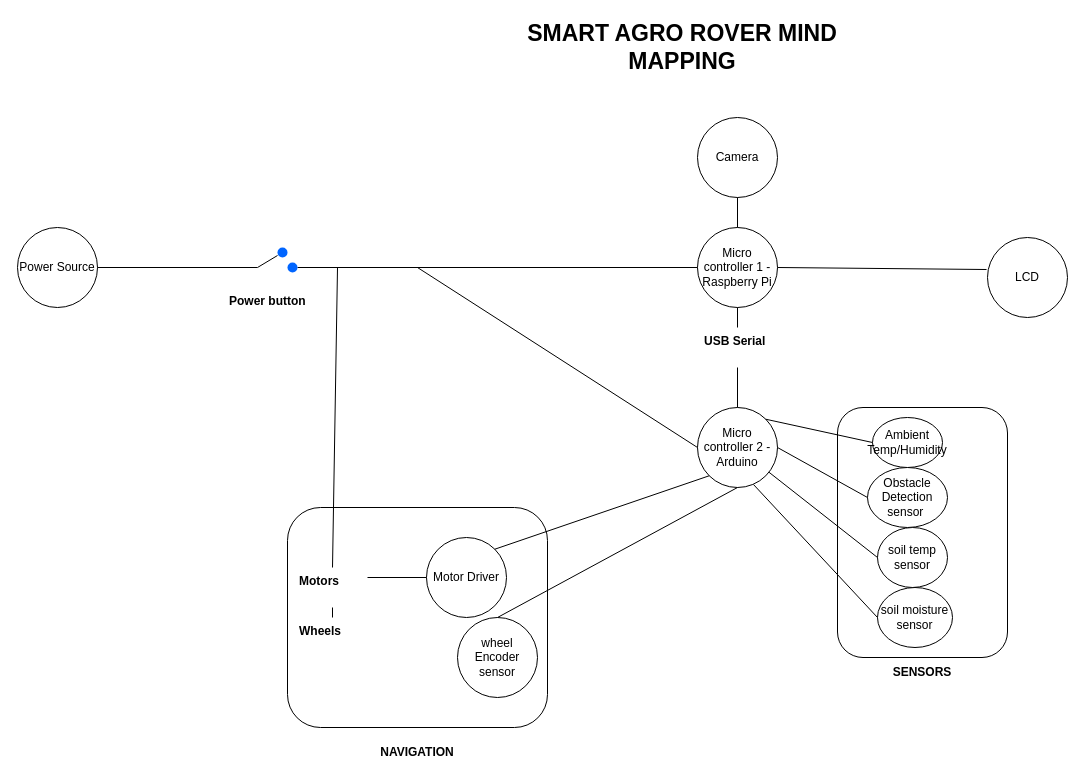
Trixx4191/Agro-Rover keeps this draw.io diagram as ROVER Mind Mapping .drawio. Above is the earlier version. Source tidied: cells renumbered, new cells numbered last; positions are measured from the earlier drawing's top-left corner, leaving out a move shared by most shapes. Both pictures are drawn from the tidied source at 100%, with x=0, y=0 at pixel (17, 17).
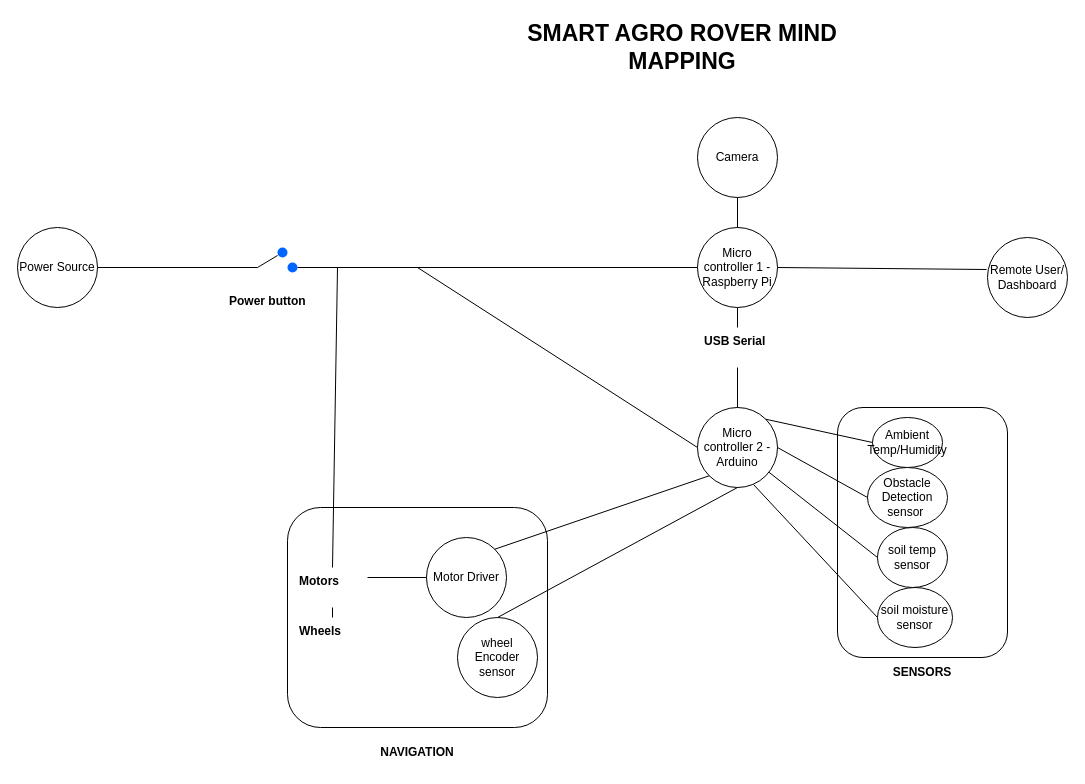
Above is the later version.

What changed in the source:
```diff
@@
-    <mxCell id="11" value="LCD" style="ellipse;whiteSpace=wrap;html=1;" parent="1" vertex="1">
+    <mxCell id="11" value="&lt;div&gt;Remote User/&lt;/div&gt;&lt;div&gt;Dashboard&lt;/div&gt;" style="ellipse;whiteSpace=wrap;html=1;" parent="1" vertex="1">
       <mxGeometry x="970" y="220" width="80" height="80" as="geometry" />
     </mxCell>
```
